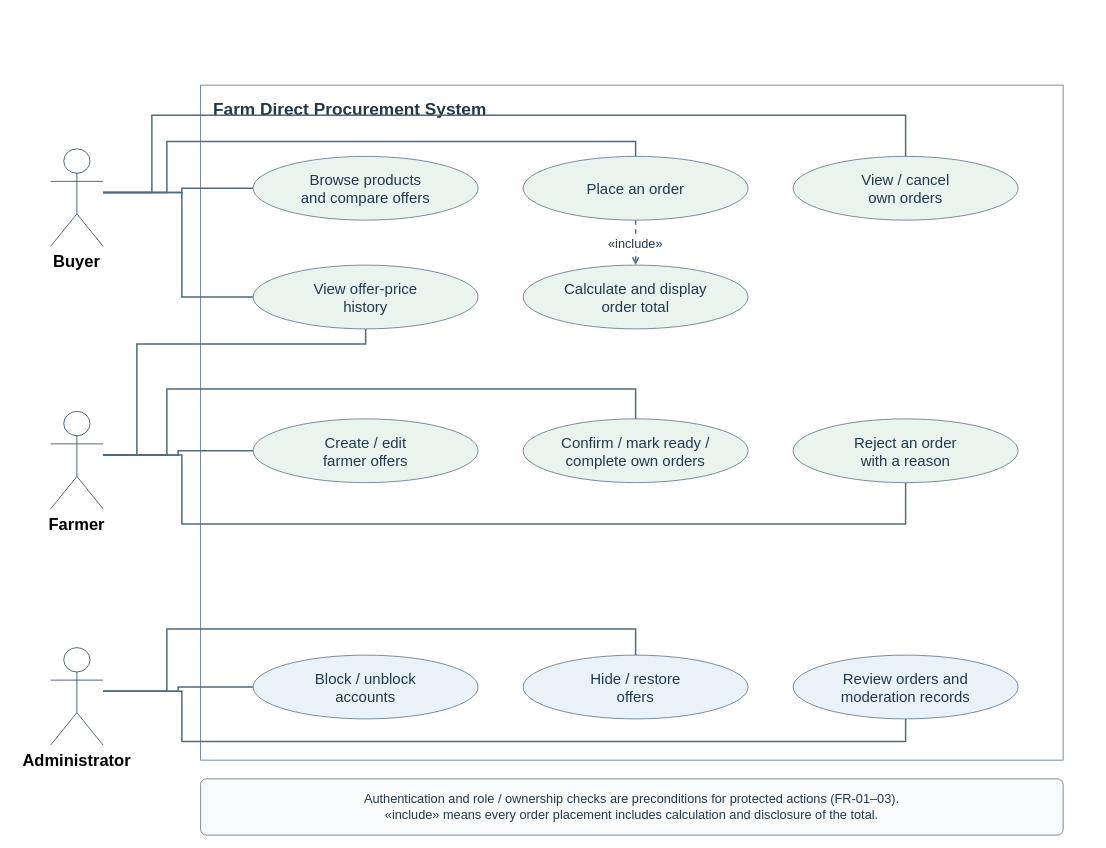
Above: page "Figure 7.2. Use case diagram" (2 of 3) of diagrams/farm-direct-architecture.drawio in ayanat-amangeldi/farm-direct-procurement (draw.io), before the change. Source tidied: cells renumbered, new cells numbered last; positions are measured from the earlier drawing's top-left corner, leaving out a move shared by most shapes. Both pictures are drawn from the tidied source at 75%, with x=0, y=0 at pixel (50, 85).
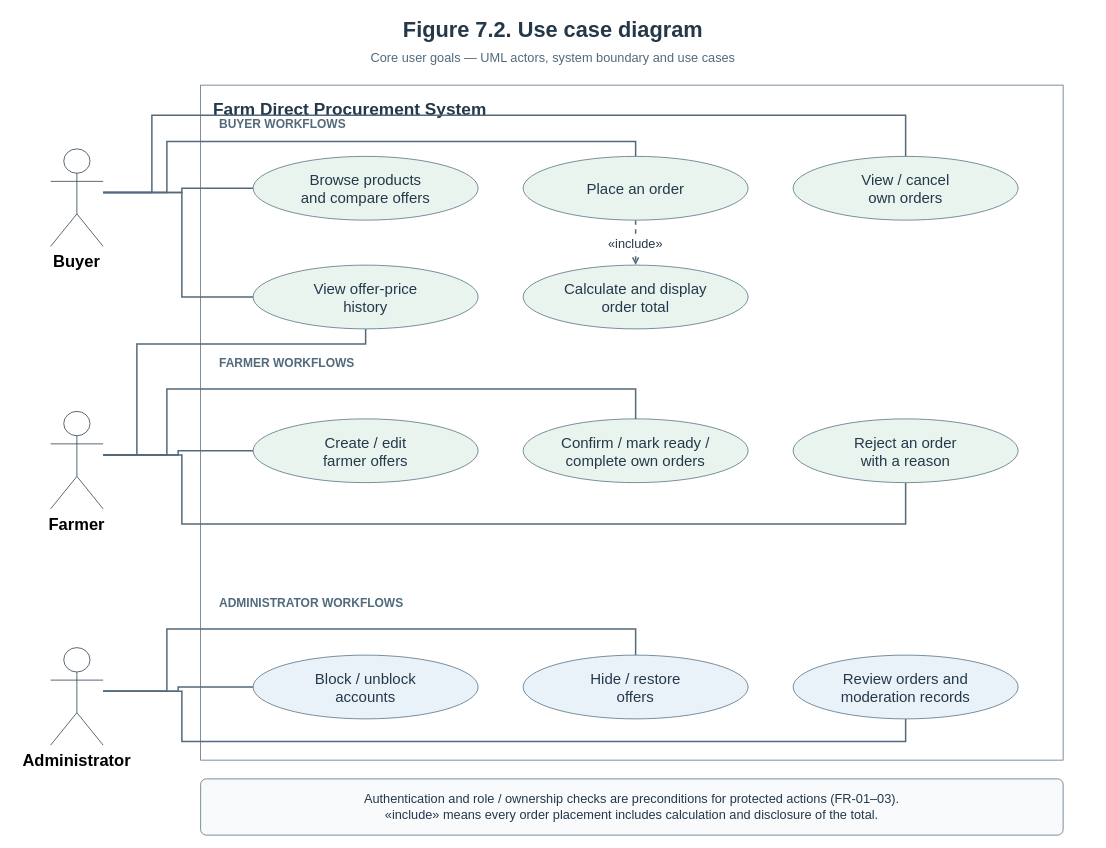
The same diagram, later.

Commit message (it also covers changes not shown here):
FARM-16: Add missing editable diagram captions and workflow headings

Change to the diagram source:
```diff
@@
+    <mxCell id="30" value="Figure 7.2. Use case diagram" style="text;html=0;whiteSpace=wrap;overflow=visible;align=center;verticalAlign=middle;strokeColor=none;fillColor=none;fontColor=#24384A;fontSize=29;fontFamily=Helvetica;fontStyle=1;spacing=0;" parent="1" vertex="1">
+      <mxGeometry x="-50" y="-96" width="1440" height="44" as="geometry" />
+    </mxCell>
+    <mxCell id="31" value="Core user goals — UML actors, system boundary and use cases" style="text;html=0;whiteSpace=wrap;overflow=visible;align=center;verticalAlign=middle;strokeColor=none;fillColor=none;fontColor=#526A7C;fontSize=17;fontFamily=Helvetica;fontStyle=0;spacing=0;" parent="1" vertex="1">
+      <mxGeometry x="-50" y="-50" width="1440" height="28" as="geometry" />
+    </mxCell>
+    <mxCell id="32" value="BUYER WORKFLOWS" style="text;html=0;whiteSpace=wrap;overflow=visible;align=left;verticalAlign=middle;strokeColor=none;fillColor=none;fontColor=#526A7C;fontSize=16;fontFamily=Helvetica;fontStyle=1;spacing=0;" parent="1" vertex="1">
+      <mxGeometry x="225" y="36" width="650" height="32" as="geometry" />
+    </mxCell>
+    <mxCell id="33" value="FARMER WORKFLOWS" style="text;html=0;whiteSpace=wrap;overflow=visible;align=left;verticalAlign=middle;strokeColor=none;fillColor=none;fontColor=#526A7C;fontSize=16;fontFamily=Helvetica;fontStyle=1;spacing=0;" parent="1" vertex="1">
+      <mxGeometry x="225" y="354" width="650" height="32" as="geometry" />
+    </mxCell>
+    <mxCell id="34" value="ADMINISTRATOR WORKFLOWS" style="text;html=0;whiteSpace=wrap;overflow=visible;align=left;verticalAlign=middle;strokeColor=none;fillColor=none;fontColor=#526A7C;fontSize=16;fontFamily=Helvetica;fontStyle=1;spacing=0;" parent="1" vertex="1">
+      <mxGeometry x="225" y="674" width="650" height="32" as="geometry" />
+    </mxCell>
```
